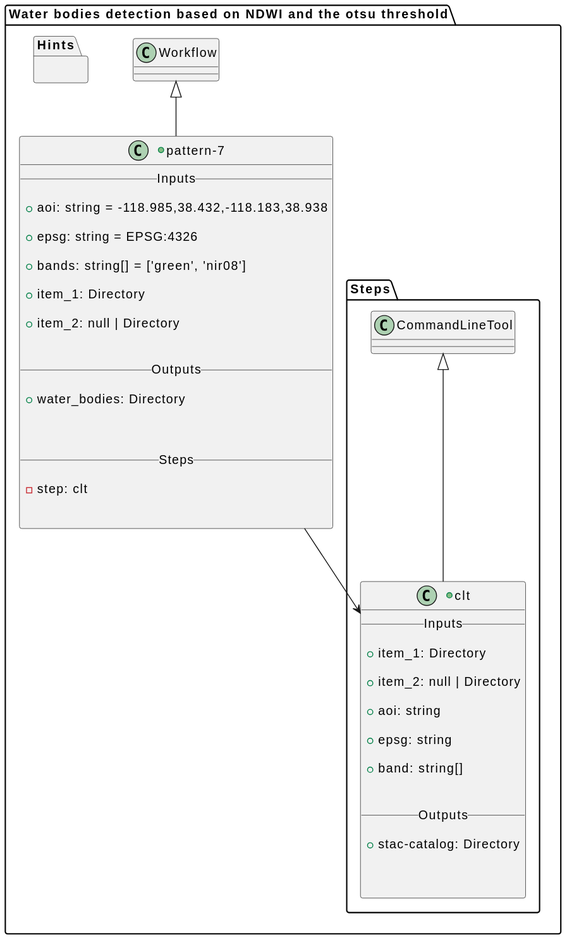
Earlier version of the PlantUML export docs/pattern-7/class.svg (eoap/application-package-patterns). The source it was exported from:
```plantuml
@startuml














    package "Water bodies detection based on NDWI and the otsu threshold" {



    +class "pattern-7" as Workflow_pattern_7 extends Workflow {
        __ Inputs __

        + aoi: string = -118.985,38.432,-118.183,38.938

        + epsg: string = EPSG:4326

        + bands: string[] = ['green', 'nir08']

        + item_1: Directory

        + item_2: null | Directory


        __ Outputs __

        + water_bodies: Directory



        __ Steps __

        - step: clt


    }
























    package "Steps" {







    +class "clt" as CommandLineTool_clt extends CommandLineTool {
        __ Inputs __

        + item_1: Directory

        + item_2: null | Directory

        + aoi: string

        + epsg: string

        + band: string[]


        __ Outputs __

        + stac-catalog: Directory



    }



























Workflow_pattern_7 --> CommandLineTool_clt


    }





    package "Hints" {



    }

}
@enduml
```
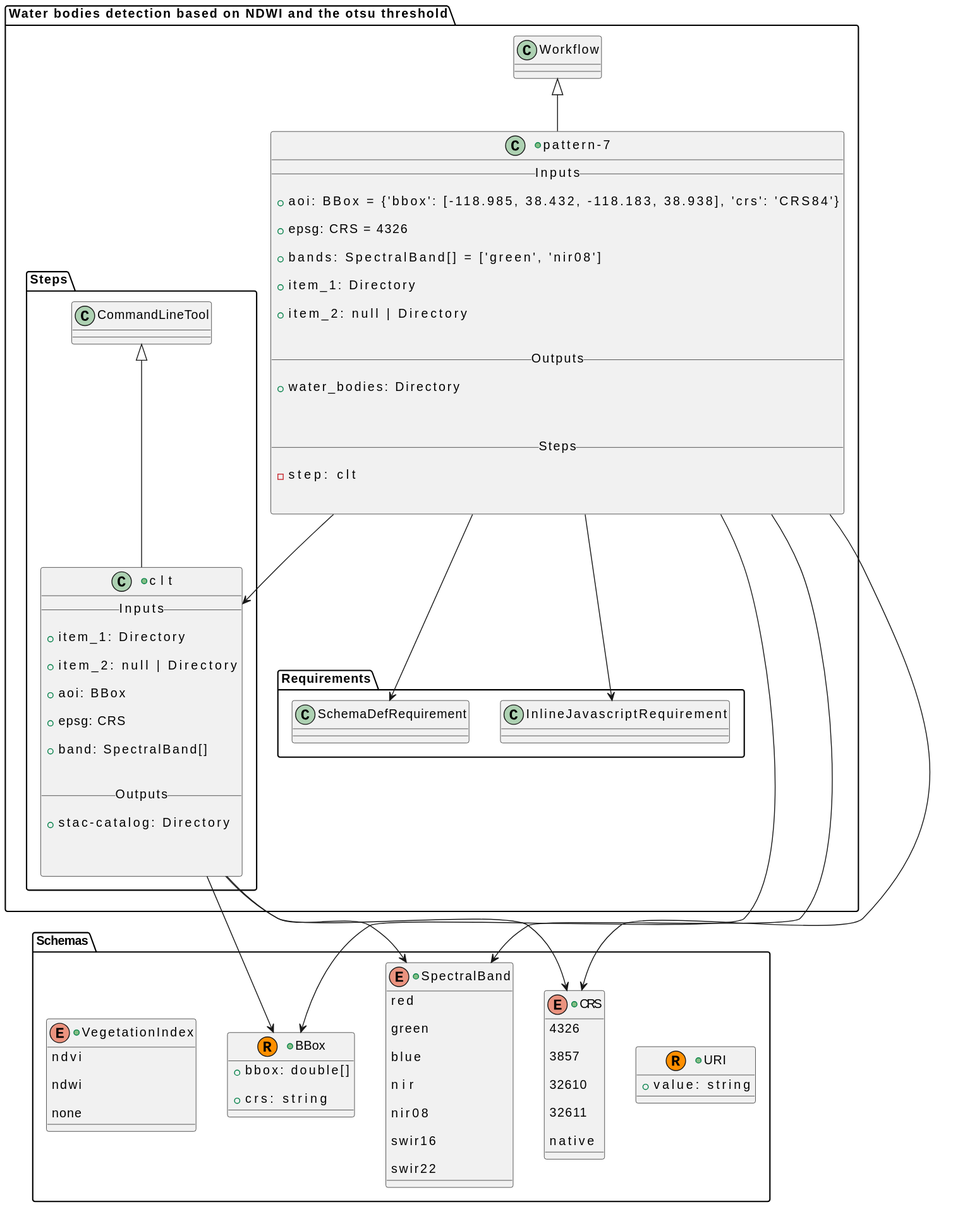
After the commit.

Change to the diagram source:
```diff
@@ -1,4 +1,28 @@
 @startuml
+            package "Schemas" {
+
+
+
+
+                        +record URI {
+
+        +value: string
+
+    }
+
+
+
+
+
+
+
+                        +record BBox {
+
+        +bbox: double[]
+
+        +crs: string
+
+    }
 
 
 
@@ -7,8 +31,58 @@
 
 
 
+                        +enum SpectralBand {
+
+        red
+
+        green
+
+        blue
+
+        nir
+
+        nir08
+
+        swir16
+
+        swir22
+
+    }
 
 
+
+
+
+                        +enum CRS {
+
+        4326
+
+        3857
+
+        32610
+
+        32611
+
+        native
+
+    }
+
+
+
+
+
+                        +enum VegetationIndex {
+
+        ndvi
+
+        ndwi
+
+        none
+
+    }
+
+
+            }
 
 
 
@@ -20,11 +94,11 @@
     +class "pattern-7" as Workflow_pattern_7 extends Workflow {
         __ Inputs __
 
-        + aoi: string = -118.985,38.432,-118.183,38.938
+        + aoi: BBox = {'bbox': [-118.985, 38.432, -118.183, 38.938], 'crs': 'CRS84'}
 
-        + epsg: string = EPSG:4326
+        + epsg: CRS = 4326
 
-        + bands: string[] = ['green', 'nir08']
+        + bands: SpectralBand[] = ['green', 'nir08']
 
         + item_1: Directory
 
@@ -46,12 +120,15 @@
 
 
 
+        Workflow_pattern_7 --> BBox
 
 
 
+        Workflow_pattern_7 --> CRS
 
 
 
+        Workflow_pattern_7 --> SpectralBand
 
 
 
@@ -82,11 +159,11 @@
 
         + item_2: null | Directory
 
-        + aoi: string
+        + aoi: BBox
 
-        + epsg: string
+        + epsg: CRS
 
-        + band: string[]
+        + band: SpectralBand[]
 
 
         __ Outputs __
@@ -111,6 +188,11 @@
 
 
 
+        CommandLineTool_clt --> BBox
+
+
+
+        CommandLineTool_clt --> CRS
 
 
 
@@ -118,9 +200,7 @@
 
 
 
-
-
-
+        CommandLineTool_clt --> SpectralBand
 
 
 Workflow_pattern_7 --> CommandLineTool_clt
@@ -130,13 +210,21 @@
 
 
 
+    package "Requirements" {
 
 
-    package "Hints" {
+        class InlineJavascriptRequirement
+        Workflow_pattern_7 --> InlineJavascriptRequirement
 
+
+
+        class SchemaDefRequirement
+        Workflow_pattern_7 --> SchemaDefRequirement
 
 
     }
 
+
+
 }
 @enduml
```
